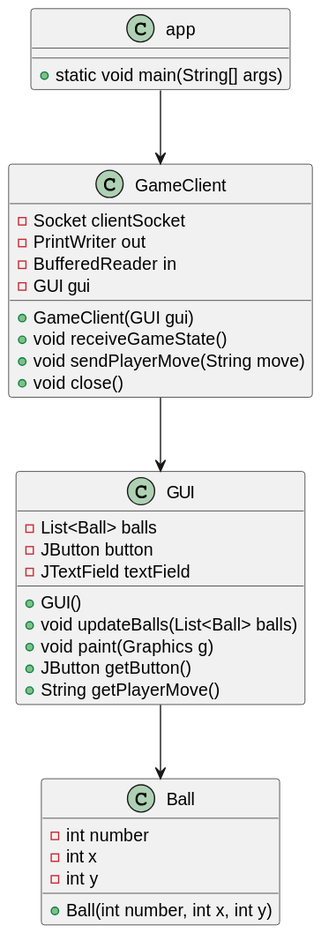
BmmNdr/8Ball keeps this PlantUML diagram as UML/out/Client_ClassDiagram.svg. Above is the earlier version.
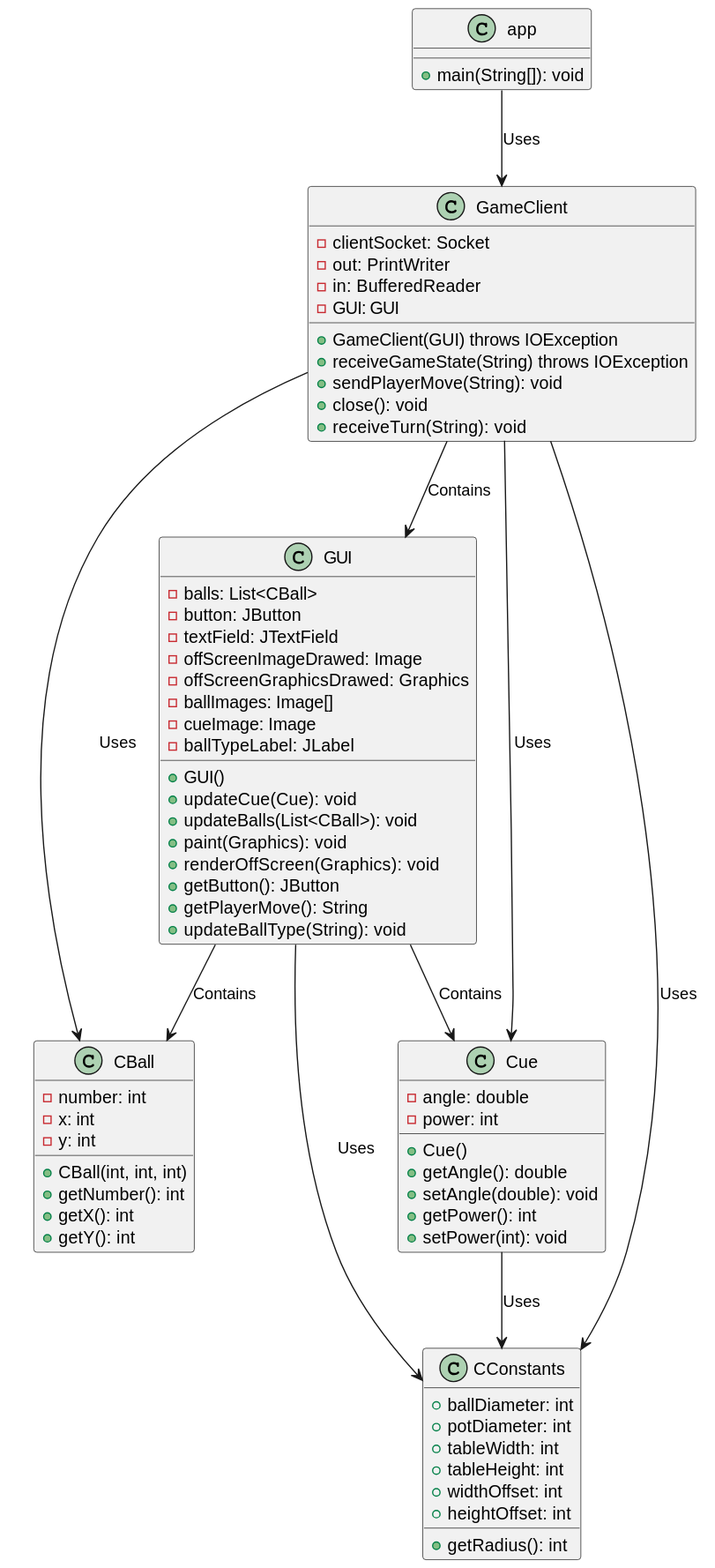
After the change.

Commit message:
Update Client Class Diagram

What changed in the source:
```diff
@@ -1,40 +1,86 @@
-@startuml Client_ClassDiagram
+@startuml ClientClass
 
-class app {
-    +static void main(String[] args)
+class GameClient {
+    - clientSocket: Socket
+    - out: PrintWriter
+    - in: BufferedReader
+    - GUI: GUI
+
+    + GameClient(GUI) throws IOException
+    + receiveGameState(String) throws IOException
+    + sendPlayerMove(String): void
+    + close(): void
+    + receiveTurn(String): void
 }
 
 class GUI {
-    -List<Ball> balls
-    -JButton button
-    -JTextField textField
-    +GUI()
-    +void updateBalls(List<Ball> balls)
-    +void paint(Graphics g)
-    +JButton getButton()
-    +String getPlayerMove()
+    - balls: List<CBall>
+    - button: JButton
+    - textField: JTextField
+    - offScreenImageDrawed: Image
+    - offScreenGraphicsDrawed: Graphics
+    - ballImages: Image[]
+    - cueImage: Image
+    - ballTypeLabel: JLabel
+
+    + GUI()
+    + updateCue(Cue): void
+    + updateBalls(List<CBall>): void
+    + paint(Graphics): void
+    + renderOffScreen(Graphics): void
+    + getButton(): JButton
+    + getPlayerMove(): String
+    + updateBallType(String): void
 }
 
-class GameClient {
-    -Socket clientSocket
-    -PrintWriter out
-    -BufferedReader in
-    -GUI gui
-    +GameClient(GUI gui)
-    +void receiveGameState()
-    +void sendPlayerMove(String move)
-    +void close()
+class CBall {
+    - number: int
+    - x: int
+    - y: int
+
+    + CBall(int, int, int)
+    + getNumber(): int
+    + getX(): int
+    + getY(): int
 }
 
-class Ball {
-    -int number
-    -int x
-    -int y
-    +Ball(int number, int x, int y)
+class Cue {
+    - angle: double
+    - power: int
+
+    + Cue()
+    + getAngle(): double
+    + setAngle(double): void
+    + getPower(): int
+    + setPower(int): void
 }
 
-app --> GameClient
-GameClient --> GUI
-GUI --> Ball
+class CConstants {
+    + ballDiameter: int
+    + potDiameter: int
+    + tableWidth: int
+    + tableHeight: int
+    + widthOffset: int
+    + heightOffset: int
+
+    + getRadius(): int
+}
+
+class app {
+    + main(String[]): void
+}
+
+GameClient --> GUI: Contains
+GameClient --> CBall: Uses
+GameClient --> Cue: Uses
+GameClient --> CConstants: Uses
+
+GUI --> CBall: Contains
+GUI --> Cue: Contains
+GUI --> CConstants: Uses
+
+Cue --> CConstants: Uses
+
+app --> GameClient: Uses
 
 @enduml
```
